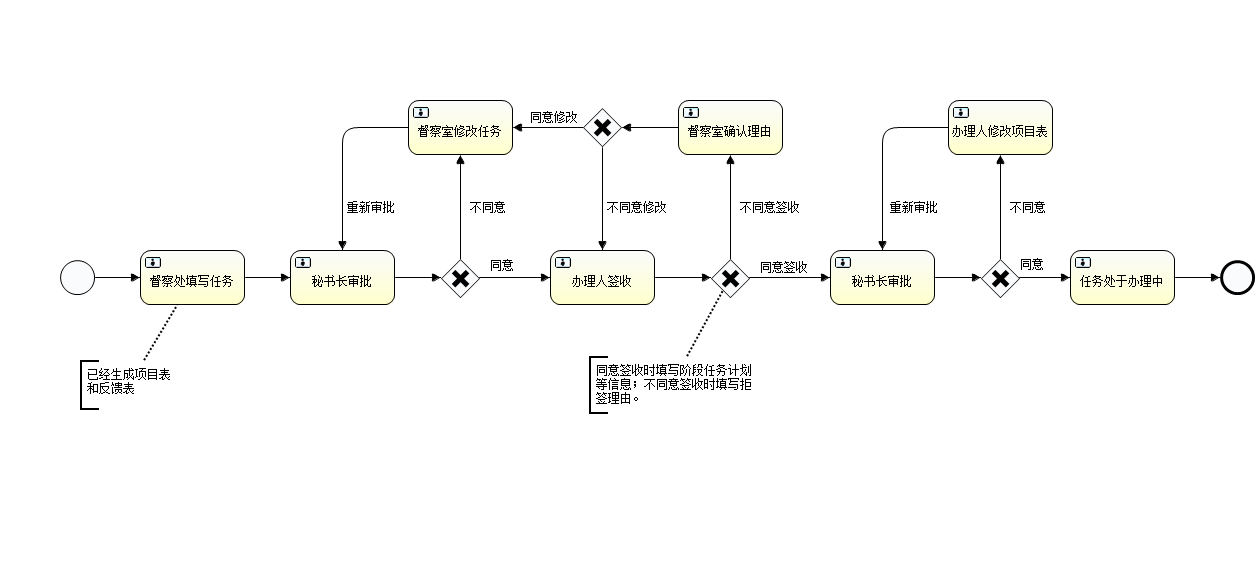
This is resources/bpmn/Service.png from zwdc/test1, a BPMN export, as it was before one commit. Its source is kept beside it as resources/bpmn/Service.bpmn. Ids are renumbered. Source of this version:
```xml
<definitions xmlns="http://www.omg.org/spec/BPMN/20100524/MODEL" xmlns:xsi="http://www.w3.org/2001/XMLSchema-instance" xmlns:xsd="http://www.w3.org/2001/XMLSchema" xmlns:activiti="http://activiti.org/bpmn" xmlns:bpmndi="http://www.omg.org/spec/BPMN/20100524/DI" xmlns:omgdc="http://www.omg.org/spec/DD/20100524/DC" xmlns:omgdi="http://www.omg.org/spec/DD/20100524/DI" typeLanguage="http://www.w3.org/2001/XMLSchema" expressionLanguage="http://www.w3.org/1999/XPath" targetNamespace="http://www.activiti.org/test">
  <process id="myProcess" name="My process" isExecutable="true">
    <startEvent id="startevent1" name="Start"></startEvent>
    <userTask id="usertask1" name="督察处填写任务"></userTask>
    <sequenceFlow id="flow1" sourceRef="startevent1" targetRef="usertask1"></sequenceFlow>
    <userTask id="usertask2" name="秘书长审批"></userTask>
    <sequenceFlow id="flow2" sourceRef="usertask1" targetRef="usertask2"></sequenceFlow>
    <exclusiveGateway id="exclusivegateway1" name="Exclusive Gateway"></exclusiveGateway>
    <sequenceFlow id="flow3" sourceRef="usertask2" targetRef="exclusivegateway1"></sequenceFlow>
    <userTask id="usertask3" name="办理人签收"></userTask>
    <sequenceFlow id="flow4" name="同意" sourceRef="exclusivegateway1" targetRef="usertask3"></sequenceFlow>
    <userTask id="usertask4" name="督察室修改任务"></userTask>
    <sequenceFlow id="flow5" name="不同意" sourceRef="exclusivegateway1" targetRef="usertask4"></sequenceFlow>
    <sequenceFlow id="flow6" name="重新审批" sourceRef="usertask4" targetRef="usertask2"></sequenceFlow>
    <exclusiveGateway id="exclusivegateway2" name="Exclusive Gateway"></exclusiveGateway>
    <sequenceFlow id="flow7" sourceRef="usertask3" targetRef="exclusivegateway2"></sequenceFlow>
    <userTask id="usertask5" name="秘书长审批"></userTask>
    <sequenceFlow id="flow8" name="同意签收" sourceRef="exclusivegateway2" targetRef="usertask5"></sequenceFlow>
    <userTask id="usertask6" name="督察室确认理由"></userTask>
    <sequenceFlow id="flow9" name="不同意签收" sourceRef="exclusivegateway2" targetRef="usertask6"></sequenceFlow>
    <exclusiveGateway id="exclusivegateway3" name="Exclusive Gateway"></exclusiveGateway>
    <sequenceFlow id="flow10" sourceRef="usertask6" targetRef="exclusivegateway3"></sequenceFlow>
    <sequenceFlow id="flow11" name="同意修改" sourceRef="exclusivegateway3" targetRef="usertask4"></sequenceFlow>
    <sequenceFlow id="flow12" name="不同意修改" sourceRef="exclusivegateway3" targetRef="usertask3"></sequenceFlow>
    <exclusiveGateway id="exclusivegateway4" name="Exclusive Gateway"></exclusiveGateway>
    <sequenceFlow id="flow13" sourceRef="usertask5" targetRef="exclusivegateway4"></sequenceFlow>
    <userTask id="usertask7" name="任务处于办理中"></userTask>
    <sequenceFlow id="flow14" name="同意" sourceRef="exclusivegateway4" targetRef="usertask7"></sequenceFlow>
    <userTask id="usertask8" name="办理人修改项目表"></userTask>
    <sequenceFlow id="flow15" name="不同意" sourceRef="exclusivegateway4" targetRef="usertask8"></sequenceFlow>
    <sequenceFlow id="flow16" name="重新审批" sourceRef="usertask8" targetRef="usertask5"></sequenceFlow>
    <endEvent id="endevent1" name="End"></endEvent>
    <sequenceFlow id="flow17" sourceRef="usertask7" targetRef="endevent1"></sequenceFlow>
    <textAnnotation id="textannotation1">
      <text>已经生成项目表和反馈表</text>
    </textAnnotation>
    <association id="association1" sourceRef="textannotation1" targetRef="usertask1"></association>
    <textAnnotation id="textannotation2">
      <text>同意签收时填写阶段任务计划等信息；不同意签收时填写拒签理由。</text>
    </textAnnotation>
    <association id="association2" sourceRef="textannotation2" targetRef="exclusivegateway2"></association>
  </process>
  <bpmndi:BPMNDiagram id="BPMNDiagram_myProcess">
    <bpmndi:BPMNPlane bpmnElement="myProcess" id="BPMNPlane_myProcess">
      <bpmndi:BPMNShape bpmnElement="startevent1" id="BPMNShape_startevent1">
        <omgdc:Bounds height="35.0" width="35.0" x="60.0" y="260.0"></omgdc:Bounds>
      </bpmndi:BPMNShape>
      <bpmndi:BPMNShape bpmnElement="usertask1" id="BPMNShape_usertask1">
        <omgdc:Bounds height="55.0" width="105.0" x="140.0" y="250.0"></omgdc:Bounds>
      </bpmndi:BPMNShape>
      <bpmndi:BPMNShape bpmnElement="usertask2" id="BPMNShape_usertask2">
        <omgdc:Bounds height="55.0" width="105.0" x="290.0" y="250.0"></omgdc:Bounds>
      </bpmndi:BPMNShape>
      <bpmndi:BPMNShape bpmnElement="exclusivegateway1" id="BPMNShape_exclusivegateway1">
        <omgdc:Bounds height="40.0" width="40.0" x="440.0" y="258.0"></omgdc:Bounds>
      </bpmndi:BPMNShape>
      <bpmndi:BPMNShape bpmnElement="usertask3" id="BPMNShape_usertask3">
        <omgdc:Bounds height="55.0" width="105.0" x="550.0" y="250.0"></omgdc:Bounds>
      </bpmndi:BPMNShape>
      <bpmndi:BPMNShape bpmnElement="usertask4" id="BPMNShape_usertask4">
        <omgdc:Bounds height="55.0" width="105.0" x="408.0" y="100.0"></omgdc:Bounds>
      </bpmndi:BPMNShape>
      <bpmndi:BPMNShape bpmnElement="exclusivegateway2" id="BPMNShape_exclusivegateway2">
        <omgdc:Bounds height="40.0" width="40.0" x="710.0" y="258.0"></omgdc:Bounds>
      </bpmndi:BPMNShape>
      <bpmndi:BPMNShape bpmnElement="usertask5" id="BPMNShape_usertask5">
        <omgdc:Bounds height="55.0" width="105.0" x="830.0" y="250.0"></omgdc:Bounds>
      </bpmndi:BPMNShape>
      <bpmndi:BPMNShape bpmnElement="usertask6" id="BPMNShape_usertask6">
        <omgdc:Bounds height="55.0" width="105.0" x="678.0" y="100.0"></omgdc:Bounds>
      </bpmndi:BPMNShape>
      <bpmndi:BPMNShape bpmnElement="exclusivegateway3" id="BPMNShape_exclusivegateway3">
        <omgdc:Bounds height="40.0" width="40.0" x="582.0" y="107.0"></omgdc:Bounds>
      </bpmndi:BPMNShape>
      <bpmndi:BPMNShape bpmnElement="exclusivegateway4" id="BPMNShape_exclusivegateway4">
        <omgdc:Bounds height="40.0" width="40.0" x="980.0" y="258.0"></omgdc:Bounds>
      </bpmndi:BPMNShape>
      <bpmndi:BPMNShape bpmnElement="usertask7" id="BPMNShape_usertask7">
        <omgdc:Bounds height="55.0" width="105.0" x="1070.0" y="250.0"></omgdc:Bounds>
      </bpmndi:BPMNShape>
      <bpmndi:BPMNShape bpmnElement="usertask8" id="BPMNShape_usertask8">
        <omgdc:Bounds height="55.0" width="105.0" x="948.0" y="100.0"></omgdc:Bounds>
      </bpmndi:BPMNShape>
      <bpmndi:BPMNShape bpmnElement="endevent1" id="BPMNShape_endevent1">
        <omgdc:Bounds height="35.0" width="35.0" x="1220.0" y="260.0"></omgdc:Bounds>
      </bpmndi:BPMNShape>
      <bpmndi:BPMNShape bpmnElement="textannotation1" id="BPMNShape_textannotation1">
        <omgdc:Bounds height="50.0" width="100.0" x="80.0" y="360.0"></omgdc:Bounds>
      </bpmndi:BPMNShape>
      <bpmndi:BPMNShape bpmnElement="textannotation2" id="BPMNShape_textannotation2">
        <omgdc:Bounds height="58.0" width="165.0" x="589.0" y="356.0"></omgdc:Bounds>
      </bpmndi:BPMNShape>
      <bpmndi:BPMNEdge bpmnElement="flow1" id="BPMNEdge_flow1">
        <omgdi:waypoint x="95.0" y="277.0"></omgdi:waypoint>
        <omgdi:waypoint x="140.0" y="277.0"></omgdi:waypoint>
      </bpmndi:BPMNEdge>
      <bpmndi:BPMNEdge bpmnElement="flow2" id="BPMNEdge_flow2">
        <omgdi:waypoint x="245.0" y="277.0"></omgdi:waypoint>
        <omgdi:waypoint x="290.0" y="277.0"></omgdi:waypoint>
      </bpmndi:BPMNEdge>
      <bpmndi:BPMNEdge bpmnElement="flow3" id="BPMNEdge_flow3">
        <omgdi:waypoint x="395.0" y="277.0"></omgdi:waypoint>
        <omgdi:waypoint x="440.0" y="278.0"></omgdi:waypoint>
      </bpmndi:BPMNEdge>
      <bpmndi:BPMNEdge bpmnElement="flow4" id="BPMNEdge_flow4">
        <omgdi:waypoint x="480.0" y="278.0"></omgdi:waypoint>
        <omgdi:waypoint x="550.0" y="277.0"></omgdi:waypoint>
        <bpmndi:BPMNLabel>
          <omgdc:Bounds height="14.0" width="100.0" x="489.0" y="259.0"></omgdc:Bounds>
        </bpmndi:BPMNLabel>
      </bpmndi:BPMNEdge>
      <bpmndi:BPMNEdge bpmnElement="flow5" id="BPMNEdge_flow5">
        <omgdi:waypoint x="460.0" y="258.0"></omgdi:waypoint>
        <omgdi:waypoint x="460.0" y="155.0"></omgdi:waypoint>
        <bpmndi:BPMNLabel>
          <omgdc:Bounds height="14.0" width="100.0" x="470.0" y="201.0"></omgdc:Bounds>
        </bpmndi:BPMNLabel>
      </bpmndi:BPMNEdge>
      <bpmndi:BPMNEdge bpmnElement="flow6" id="BPMNEdge_flow6">
        <omgdi:waypoint x="408.0" y="127.0"></omgdi:waypoint>
        <omgdi:waypoint x="342.0" y="127.0"></omgdi:waypoint>
        <omgdi:waypoint x="342.0" y="250.0"></omgdi:waypoint>
        <bpmndi:BPMNLabel>
          <omgdc:Bounds height="14.0" width="100.0" x="348.0" y="200.0"></omgdc:Bounds>
        </bpmndi:BPMNLabel>
      </bpmndi:BPMNEdge>
      <bpmndi:BPMNEdge bpmnElement="flow7" id="BPMNEdge_flow7">
        <omgdi:waypoint x="655.0" y="277.0"></omgdi:waypoint>
        <omgdi:waypoint x="710.0" y="278.0"></omgdi:waypoint>
      </bpmndi:BPMNEdge>
      <bpmndi:BPMNEdge bpmnElement="flow8" id="BPMNEdge_flow8">
        <omgdi:waypoint x="750.0" y="278.0"></omgdi:waypoint>
        <omgdi:waypoint x="830.0" y="277.0"></omgdi:waypoint>
        <bpmndi:BPMNLabel>
          <omgdc:Bounds height="14.0" width="100.0" x="759.0" y="261.0"></omgdc:Bounds>
        </bpmndi:BPMNLabel>
      </bpmndi:BPMNEdge>
      <bpmndi:BPMNEdge bpmnElement="flow9" id="BPMNEdge_flow9">
        <omgdi:waypoint x="730.0" y="258.0"></omgdi:waypoint>
        <omgdi:waypoint x="730.0" y="155.0"></omgdi:waypoint>
        <bpmndi:BPMNLabel>
          <omgdc:Bounds height="14.0" width="100.0" x="740.0" y="201.0"></omgdc:Bounds>
        </bpmndi:BPMNLabel>
      </bpmndi:BPMNEdge>
      <bpmndi:BPMNEdge bpmnElement="flow10" id="BPMNEdge_flow10">
        <omgdi:waypoint x="678.0" y="127.0"></omgdi:waypoint>
        <omgdi:waypoint x="622.0" y="127.0"></omgdi:waypoint>
      </bpmndi:BPMNEdge>
      <bpmndi:BPMNEdge bpmnElement="flow11" id="BPMNEdge_flow11">
        <omgdi:waypoint x="582.0" y="127.0"></omgdi:waypoint>
        <omgdi:waypoint x="513.0" y="127.0"></omgdi:waypoint>
        <bpmndi:BPMNLabel>
          <omgdc:Bounds height="14.0" width="100.0" x="531.0" y="110.0"></omgdc:Bounds>
        </bpmndi:BPMNLabel>
      </bpmndi:BPMNEdge>
      <bpmndi:BPMNEdge bpmnElement="flow12" id="BPMNEdge_flow12">
        <omgdi:waypoint x="602.0" y="147.0"></omgdi:waypoint>
        <omgdi:waypoint x="602.0" y="250.0"></omgdi:waypoint>
        <bpmndi:BPMNLabel>
          <omgdc:Bounds height="14.0" width="100.0" x="607.0" y="199.0"></omgdc:Bounds>
        </bpmndi:BPMNLabel>
      </bpmndi:BPMNEdge>
      <bpmndi:BPMNEdge bpmnElement="flow13" id="BPMNEdge_flow13">
        <omgdi:waypoint x="935.0" y="277.0"></omgdi:waypoint>
        <omgdi:waypoint x="980.0" y="278.0"></omgdi:waypoint>
      </bpmndi:BPMNEdge>
      <bpmndi:BPMNEdge bpmnElement="flow14" id="BPMNEdge_flow14">
        <omgdi:waypoint x="1020.0" y="278.0"></omgdi:waypoint>
        <omgdi:waypoint x="1070.0" y="277.0"></omgdi:waypoint>
        <bpmndi:BPMNLabel>
          <omgdc:Bounds height="14.0" width="100.0" x="1019.0" y="258.0"></omgdc:Bounds>
        </bpmndi:BPMNLabel>
      </bpmndi:BPMNEdge>
      <bpmndi:BPMNEdge bpmnElement="flow15" id="BPMNEdge_flow15">
        <omgdi:waypoint x="1000.0" y="258.0"></omgdi:waypoint>
        <omgdi:waypoint x="1000.0" y="155.0"></omgdi:waypoint>
        <bpmndi:BPMNLabel>
          <omgdc:Bounds height="14.0" width="100.0" x="1010.0" y="201.0"></omgdc:Bounds>
        </bpmndi:BPMNLabel>
      </bpmndi:BPMNEdge>
      <bpmndi:BPMNEdge bpmnElement="flow16" id="BPMNEdge_flow16">
        <omgdi:waypoint x="948.0" y="127.0"></omgdi:waypoint>
        <omgdi:waypoint x="882.0" y="127.0"></omgdi:waypoint>
        <omgdi:waypoint x="882.0" y="250.0"></omgdi:waypoint>
        <bpmndi:BPMNLabel>
          <omgdc:Bounds height="14.0" width="100.0" x="891.0" y="200.0"></omgdc:Bounds>
        </bpmndi:BPMNLabel>
      </bpmndi:BPMNEdge>
      <bpmndi:BPMNEdge bpmnElement="flow17" id="BPMNEdge_flow17">
        <omgdi:waypoint x="1175.0" y="277.0"></omgdi:waypoint>
        <omgdi:waypoint x="1220.0" y="277.0"></omgdi:waypoint>
      </bpmndi:BPMNEdge>
      <bpmndi:BPMNEdge bpmnElement="association1" id="BPMNEdge_association1">
        <omgdi:waypoint x="130.0" y="360.0"></omgdi:waypoint>
        <omgdi:waypoint x="192.0" y="305.0"></omgdi:waypoint>
      </bpmndi:BPMNEdge>
      <bpmndi:BPMNEdge bpmnElement="association2" id="BPMNEdge_association2">
        <omgdi:waypoint x="671.0" y="356.0"></omgdi:waypoint>
        <omgdi:waypoint x="730.0" y="298.0"></omgdi:waypoint>
      </bpmndi:BPMNEdge>
    </bpmndi:BPMNPlane>
  </bpmndi:BPMNDiagram>
</definitions>
```
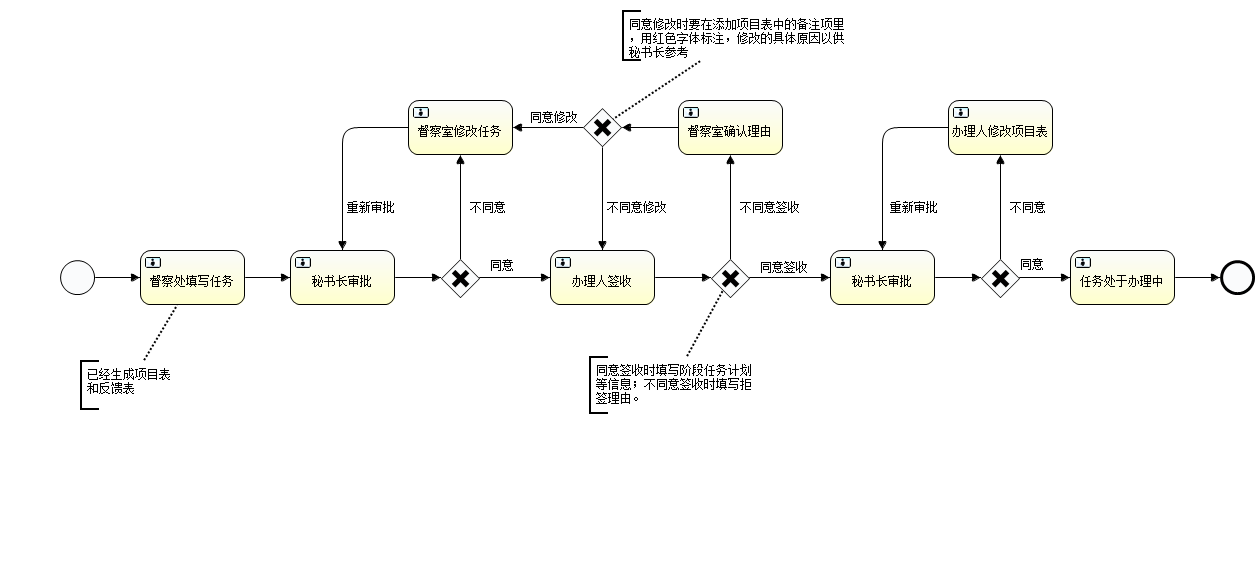
Above is the later version.

The edit, as a diff of the source:
```diff
@@ -39,6 +39,10 @@
       <text>同意签收时填写阶段任务计划等信息；不同意签收时填写拒签理由。</text>
     </textAnnotation>
     <association id="association2" sourceRef="textannotation2" targetRef="exclusivegateway2"></association>
+    <textAnnotation id="textannotation3">
+      <text>同意修改时要在添加项目表中的备注项里，用红色字体标注，修改的具体原因以供秘书长参考</text>
+    </textAnnotation>
+    <association id="association3" sourceRef="textannotation3" targetRef="exclusivegateway3"></association>
   </process>
   <bpmndi:BPMNDiagram id="BPMNDiagram_myProcess">
     <bpmndi:BPMNPlane bpmnElement="myProcess" id="BPMNPlane_myProcess">
@@ -90,6 +94,9 @@
       <bpmndi:BPMNShape bpmnElement="textannotation2" id="BPMNShape_textannotation2">
         <omgdc:Bounds height="58.0" width="165.0" x="589.0" y="356.0"></omgdc:Bounds>
       </bpmndi:BPMNShape>
+      <bpmndi:BPMNShape bpmnElement="textannotation3" id="BPMNShape_textannotation3">
+        <omgdc:Bounds height="51.0" width="231.0" x="622.0" y="10.0"></omgdc:Bounds>
+      </bpmndi:BPMNShape>
       <bpmndi:BPMNEdge bpmnElement="flow1" id="BPMNEdge_flow1">
         <omgdi:waypoint x="95.0" y="277.0"></omgdi:waypoint>
         <omgdi:waypoint x="140.0" y="277.0"></omgdi:waypoint>
@@ -106,14 +113,14 @@
         <omgdi:waypoint x="480.0" y="278.0"></omgdi:waypoint>
         <omgdi:waypoint x="550.0" y="277.0"></omgdi:waypoint>
         <bpmndi:BPMNLabel>
-          <omgdc:Bounds height="14.0" width="100.0" x="489.0" y="259.0"></omgdc:Bounds>
+          <omgdc:Bounds height="14.0" width="24.0" x="489.0" y="259.0"></omgdc:Bounds>
         </bpmndi:BPMNLabel>
       </bpmndi:BPMNEdge>
       <bpmndi:BPMNEdge bpmnElement="flow5" id="BPMNEdge_flow5">
         <omgdi:waypoint x="460.0" y="258.0"></omgdi:waypoint>
         <omgdi:waypoint x="460.0" y="155.0"></omgdi:waypoint>
         <bpmndi:BPMNLabel>
-          <omgdc:Bounds height="14.0" width="100.0" x="470.0" y="201.0"></omgdc:Bounds>
+          <omgdc:Bounds height="14.0" width="36.0" x="470.0" y="201.0"></omgdc:Bounds>
         </bpmndi:BPMNLabel>
       </bpmndi:BPMNEdge>
       <bpmndi:BPMNEdge bpmnElement="flow6" id="BPMNEdge_flow6">
@@ -121,7 +128,7 @@
         <omgdi:waypoint x="342.0" y="127.0"></omgdi:waypoint>
         <omgdi:waypoint x="342.0" y="250.0"></omgdi:waypoint>
         <bpmndi:BPMNLabel>
-          <omgdc:Bounds height="14.0" width="100.0" x="348.0" y="200.0"></omgdc:Bounds>
+          <omgdc:Bounds height="14.0" width="48.0" x="348.0" y="200.0"></omgdc:Bounds>
         </bpmndi:BPMNLabel>
       </bpmndi:BPMNEdge>
       <bpmndi:BPMNEdge bpmnElement="flow7" id="BPMNEdge_flow7">
@@ -132,14 +139,14 @@
         <omgdi:waypoint x="750.0" y="278.0"></omgdi:waypoint>
         <omgdi:waypoint x="830.0" y="277.0"></omgdi:waypoint>
         <bpmndi:BPMNLabel>
-          <omgdc:Bounds height="14.0" width="100.0" x="759.0" y="261.0"></omgdc:Bounds>
+          <omgdc:Bounds height="14.0" width="48.0" x="759.0" y="261.0"></omgdc:Bounds>
         </bpmndi:BPMNLabel>
       </bpmndi:BPMNEdge>
       <bpmndi:BPMNEdge bpmnElement="flow9" id="BPMNEdge_flow9">
         <omgdi:waypoint x="730.0" y="258.0"></omgdi:waypoint>
         <omgdi:waypoint x="730.0" y="155.0"></omgdi:waypoint>
         <bpmndi:BPMNLabel>
-          <omgdc:Bounds height="14.0" width="100.0" x="740.0" y="201.0"></omgdc:Bounds>
+          <omgdc:Bounds height="14.0" width="60.0" x="740.0" y="201.0"></omgdc:Bounds>
         </bpmndi:BPMNLabel>
       </bpmndi:BPMNEdge>
       <bpmndi:BPMNEdge bpmnElement="flow10" id="BPMNEdge_flow10">
@@ -150,14 +157,14 @@
         <omgdi:waypoint x="582.0" y="127.0"></omgdi:waypoint>
         <omgdi:waypoint x="513.0" y="127.0"></omgdi:waypoint>
         <bpmndi:BPMNLabel>
-          <omgdc:Bounds height="14.0" width="100.0" x="531.0" y="110.0"></omgdc:Bounds>
+          <omgdc:Bounds height="14.0" width="48.0" x="531.0" y="110.0"></omgdc:Bounds>
         </bpmndi:BPMNLabel>
       </bpmndi:BPMNEdge>
       <bpmndi:BPMNEdge bpmnElement="flow12" id="BPMNEdge_flow12">
         <omgdi:waypoint x="602.0" y="147.0"></omgdi:waypoint>
         <omgdi:waypoint x="602.0" y="250.0"></omgdi:waypoint>
         <bpmndi:BPMNLabel>
-          <omgdc:Bounds height="14.0" width="100.0" x="607.0" y="199.0"></omgdc:Bounds>
+          <omgdc:Bounds height="14.0" width="60.0" x="607.0" y="199.0"></omgdc:Bounds>
         </bpmndi:BPMNLabel>
       </bpmndi:BPMNEdge>
       <bpmndi:BPMNEdge bpmnElement="flow13" id="BPMNEdge_flow13">
@@ -168,14 +175,14 @@
         <omgdi:waypoint x="1020.0" y="278.0"></omgdi:waypoint>
         <omgdi:waypoint x="1070.0" y="277.0"></omgdi:waypoint>
         <bpmndi:BPMNLabel>
-          <omgdc:Bounds height="14.0" width="100.0" x="1019.0" y="258.0"></omgdc:Bounds>
+          <omgdc:Bounds height="14.0" width="24.0" x="1019.0" y="258.0"></omgdc:Bounds>
         </bpmndi:BPMNLabel>
       </bpmndi:BPMNEdge>
       <bpmndi:BPMNEdge bpmnElement="flow15" id="BPMNEdge_flow15">
         <omgdi:waypoint x="1000.0" y="258.0"></omgdi:waypoint>
         <omgdi:waypoint x="1000.0" y="155.0"></omgdi:waypoint>
         <bpmndi:BPMNLabel>
-          <omgdc:Bounds height="14.0" width="100.0" x="1010.0" y="201.0"></omgdc:Bounds>
+          <omgdc:Bounds height="14.0" width="36.0" x="1010.0" y="201.0"></omgdc:Bounds>
         </bpmndi:BPMNLabel>
       </bpmndi:BPMNEdge>
       <bpmndi:BPMNEdge bpmnElement="flow16" id="BPMNEdge_flow16">
@@ -183,7 +190,7 @@
         <omgdi:waypoint x="882.0" y="127.0"></omgdi:waypoint>
         <omgdi:waypoint x="882.0" y="250.0"></omgdi:waypoint>
         <bpmndi:BPMNLabel>
-          <omgdc:Bounds height="14.0" width="100.0" x="891.0" y="200.0"></omgdc:Bounds>
+          <omgdc:Bounds height="14.0" width="48.0" x="891.0" y="200.0"></omgdc:Bounds>
         </bpmndi:BPMNLabel>
       </bpmndi:BPMNEdge>
       <bpmndi:BPMNEdge bpmnElement="flow17" id="BPMNEdge_flow17">
@@ -198,6 +205,10 @@
         <omgdi:waypoint x="671.0" y="356.0"></omgdi:waypoint>
         <omgdi:waypoint x="730.0" y="298.0"></omgdi:waypoint>
       </bpmndi:BPMNEdge>
+      <bpmndi:BPMNEdge bpmnElement="association3" id="BPMNEdge_association3">
+        <omgdi:waypoint x="737.0" y="61.0"></omgdi:waypoint>
+        <omgdi:waypoint x="602.0" y="107.0"></omgdi:waypoint>
+      </bpmndi:BPMNEdge>
     </bpmndi:BPMNPlane>
   </bpmndi:BPMNDiagram>
 </definitions>
```
